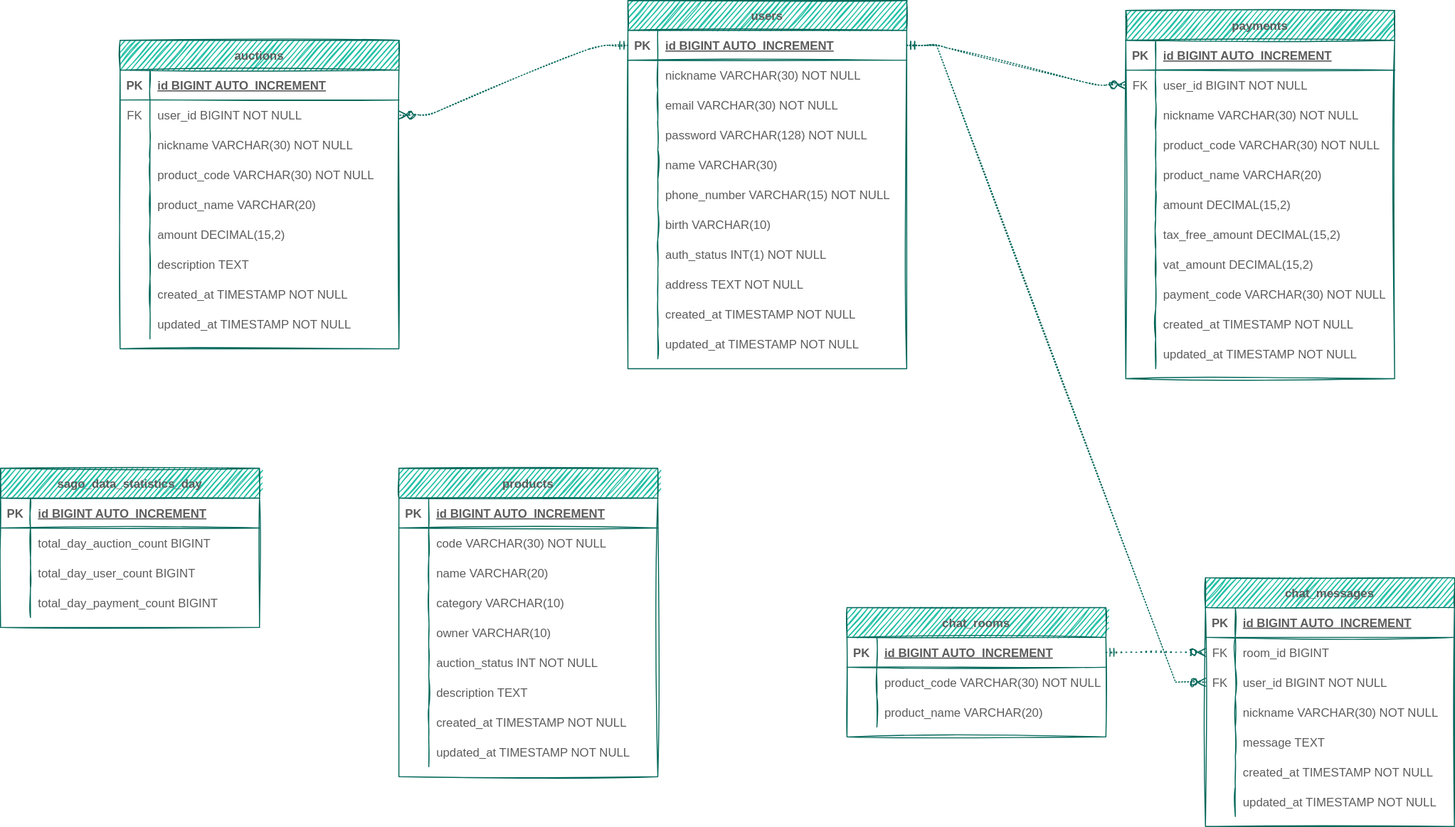
Above: sago_database_schema.drawio.svg in AnneMayor/TestRepository (draw.io), before the change. Source tidied: cells renumbered, new cells last; positions are measured from the earlier drawing's top-left corner, leaving out a move shared by most shapes.
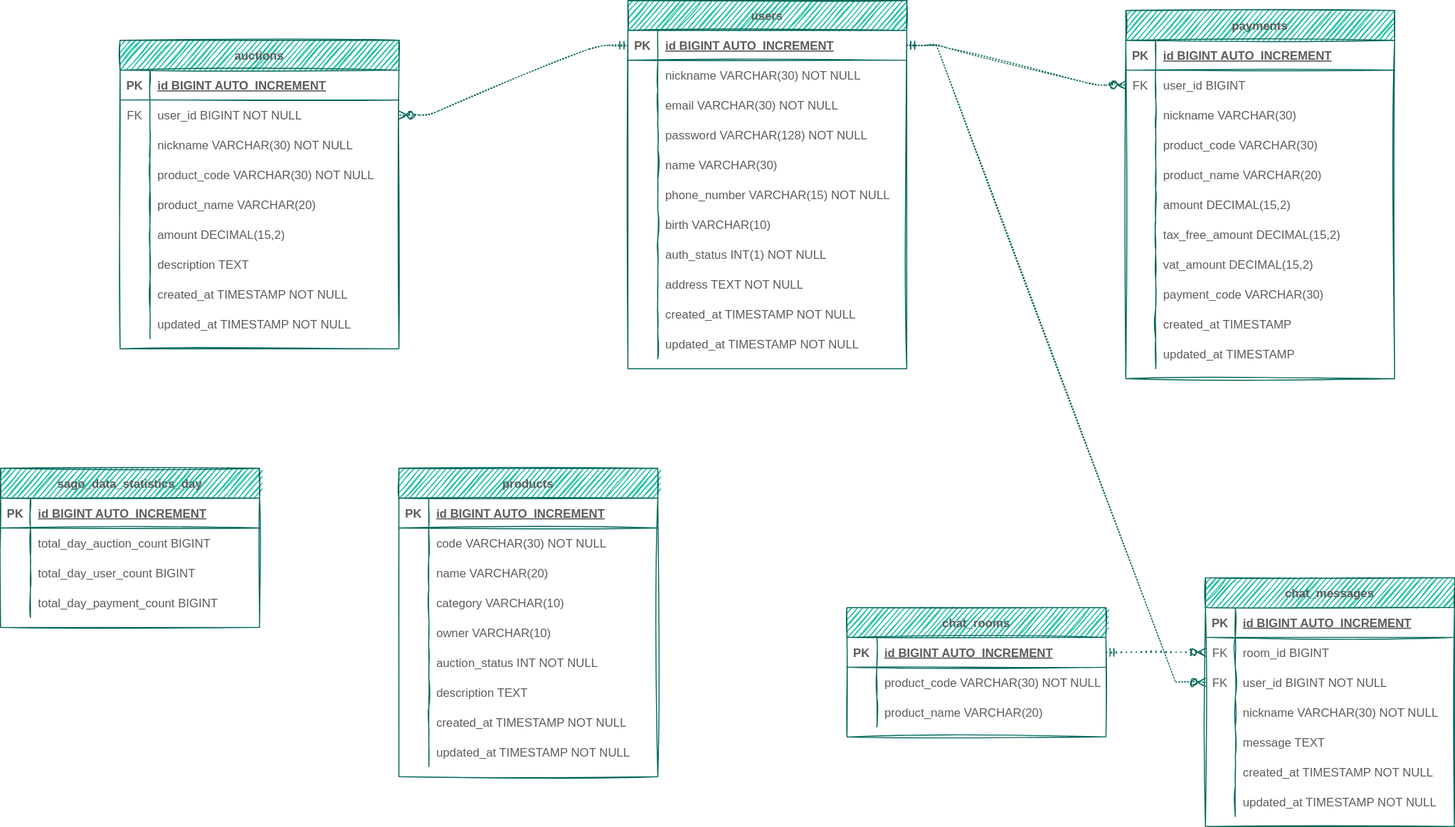
Above is the later version.

Diff of the diagram source:
```diff
@@ -104,7 +104,7 @@
     <mxCell id="35" value="FK" style="shape=partialRectangle;overflow=hidden;fillColor=none;top=0;left=0;bottom=0;right=0;sketch=1;strokeColor=#006658;fontColor=#5C5C5C;" parent="34" vertex="1">
       <mxGeometry width="30" height="30" as="geometry" />
     </mxCell>
-    <mxCell id="36" value="user_id BIGINT NOT NULL" style="shape=partialRectangle;overflow=hidden;fillColor=none;top=0;left=0;bottom=0;right=0;align=left;spacingLeft=6;sketch=1;strokeColor=#006658;fontColor=#5C5C5C;" parent="34" vertex="1">
+    <mxCell id="36" value="user_id BIGINT" style="shape=partialRectangle;overflow=hidden;fillColor=none;top=0;left=0;bottom=0;right=0;align=left;spacingLeft=6;sketch=1;strokeColor=#006658;fontColor=#5C5C5C;" parent="34" vertex="1">
       <mxGeometry x="30" width="240" height="30" as="geometry" />
     </mxCell>
     <mxCell id="37" style="shape=partialRectangle;fillColor=none;top=0;left=0;right=0;bottom=0;sketch=1;strokeColor=#006658;fontColor=#5C5C5C;" parent="30" vertex="1">
@@ -113,7 +113,7 @@
     <mxCell id="38" style="shape=partialRectangle;overflow=hidden;fillColor=none;top=0;left=0;bottom=0;right=0;sketch=1;strokeColor=#006658;fontColor=#5C5C5C;" parent="37" vertex="1">
       <mxGeometry width="30" height="30" as="geometry" />
     </mxCell>
-    <mxCell id="39" value="nickname VARCHAR(30) NOT NULL" style="shape=partialRectangle;overflow=hidden;fillColor=none;top=0;left=0;bottom=0;right=0;align=left;spacingLeft=6;sketch=1;strokeColor=#006658;fontColor=#5C5C5C;" parent="37" vertex="1">
+    <mxCell id="39" value="nickname VARCHAR(30)" style="shape=partialRectangle;overflow=hidden;fillColor=none;top=0;left=0;bottom=0;right=0;align=left;spacingLeft=6;sketch=1;strokeColor=#006658;fontColor=#5C5C5C;" parent="37" vertex="1">
       <mxGeometry x="30" width="240" height="30" as="geometry" />
     </mxCell>
     <mxCell id="40" style="shape=partialRectangle;fillColor=none;top=0;left=0;right=0;bottom=0;sketch=1;strokeColor=#006658;fontColor=#5C5C5C;" parent="30" vertex="1">
@@ -122,7 +122,7 @@
     <mxCell id="41" style="shape=partialRectangle;overflow=hidden;fillColor=none;top=0;left=0;bottom=0;right=0;sketch=1;strokeColor=#006658;fontColor=#5C5C5C;" parent="40" vertex="1">
       <mxGeometry width="30" height="30" as="geometry" />
     </mxCell>
-    <mxCell id="42" value="product_code VARCHAR(30) NOT NULL" style="shape=partialRectangle;overflow=hidden;fillColor=none;top=0;left=0;bottom=0;right=0;align=left;spacingLeft=6;sketch=1;strokeColor=#006658;fontColor=#5C5C5C;" parent="40" vertex="1">
+    <mxCell id="42" value="product_code VARCHAR(30)" style="shape=partialRectangle;overflow=hidden;fillColor=none;top=0;left=0;bottom=0;right=0;align=left;spacingLeft=6;sketch=1;strokeColor=#006658;fontColor=#5C5C5C;" parent="40" vertex="1">
       <mxGeometry x="30" width="240" height="30" as="geometry" />
     </mxCell>
     <mxCell id="43" style="shape=partialRectangle;fillColor=none;top=0;left=0;right=0;bottom=0;sketch=1;strokeColor=#006658;fontColor=#5C5C5C;" parent="30" vertex="1">
@@ -167,7 +167,7 @@
     <mxCell id="56" style="shape=partialRectangle;overflow=hidden;fillColor=none;top=0;left=0;bottom=0;right=0;sketch=1;strokeColor=#006658;fontColor=#5C5C5C;" parent="55" vertex="1">
       <mxGeometry width="30" height="30" as="geometry" />
     </mxCell>
-    <mxCell id="57" value="payment_code VARCHAR(30) NOT NULL" style="shape=partialRectangle;overflow=hidden;fillColor=none;top=0;left=0;bottom=0;right=0;align=left;spacingLeft=6;sketch=1;strokeColor=#006658;fontColor=#5C5C5C;" parent="55" vertex="1">
+    <mxCell id="57" value="payment_code VARCHAR(30)" style="shape=partialRectangle;overflow=hidden;fillColor=none;top=0;left=0;bottom=0;right=0;align=left;spacingLeft=6;sketch=1;strokeColor=#006658;fontColor=#5C5C5C;" parent="55" vertex="1">
       <mxGeometry x="30" width="240" height="30" as="geometry" />
     </mxCell>
     <mxCell id="58" style="shape=partialRectangle;fillColor=none;top=0;left=0;right=0;bottom=0;sketch=1;strokeColor=#006658;fontColor=#5C5C5C;" parent="30" vertex="1">
@@ -176,7 +176,7 @@
     <mxCell id="59" style="shape=partialRectangle;overflow=hidden;fillColor=none;top=0;left=0;bottom=0;right=0;sketch=1;strokeColor=#006658;fontColor=#5C5C5C;" parent="58" vertex="1">
       <mxGeometry width="30" height="30" as="geometry" />
     </mxCell>
-    <mxCell id="60" value="created_at TIMESTAMP NOT NULL" style="shape=partialRectangle;overflow=hidden;fillColor=none;top=0;left=0;bottom=0;right=0;align=left;spacingLeft=6;sketch=1;strokeColor=#006658;fontColor=#5C5C5C;" parent="58" vertex="1">
+    <mxCell id="60" value="created_at TIMESTAMP" style="shape=partialRectangle;overflow=hidden;fillColor=none;top=0;left=0;bottom=0;right=0;align=left;spacingLeft=6;sketch=1;strokeColor=#006658;fontColor=#5C5C5C;" parent="58" vertex="1">
       <mxGeometry x="30" width="240" height="30" as="geometry" />
     </mxCell>
     <mxCell id="61" style="shape=partialRectangle;fillColor=none;top=0;left=0;right=0;bottom=0;sketch=1;strokeColor=#006658;fontColor=#5C5C5C;" parent="30" vertex="1">
@@ -185,7 +185,7 @@
     <mxCell id="62" style="shape=partialRectangle;overflow=hidden;fillColor=none;top=0;left=0;bottom=0;right=0;sketch=1;strokeColor=#006658;fontColor=#5C5C5C;" parent="61" vertex="1">
       <mxGeometry width="30" height="30" as="geometry" />
     </mxCell>
-    <mxCell id="63" value="updated_at TIMESTAMP NOT NULL" style="shape=partialRectangle;overflow=hidden;fillColor=none;top=0;left=0;bottom=0;right=0;align=left;spacingLeft=6;sketch=1;strokeColor=#006658;fontColor=#5C5C5C;" parent="61" vertex="1">
+    <mxCell id="63" value="updated_at TIMESTAMP" style="shape=partialRectangle;overflow=hidden;fillColor=none;top=0;left=0;bottom=0;right=0;align=left;spacingLeft=6;sketch=1;strokeColor=#006658;fontColor=#5C5C5C;" parent="61" vertex="1">
       <mxGeometry x="30" width="240" height="30" as="geometry" />
     </mxCell>
     <mxCell id="64" value="users" style="shape=table;startSize=30;rowLines=0;fontStyle=1;align=center;sketch=1;fillColor=#21C0A5;strokeColor=#006658;fontColor=#5C5C5C;" parent="1" vertex="1">
```
